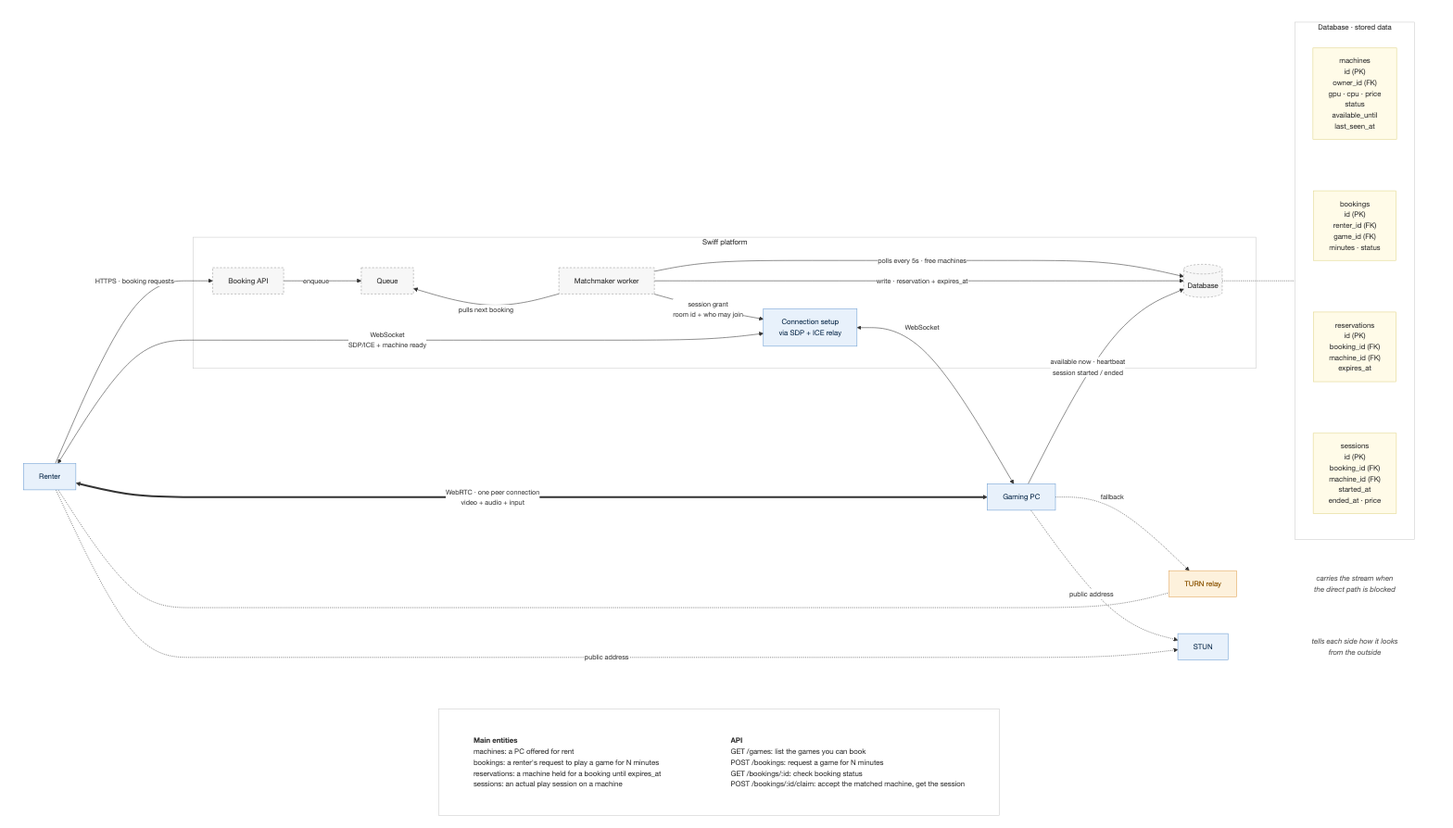
Before: docs/diagrams/system-architecture.png, a diagram exported from Mermaid (tomnotthomas/distributed_gaming). Its source is kept beside it as docs/diagrams/system-architecture.mmd.
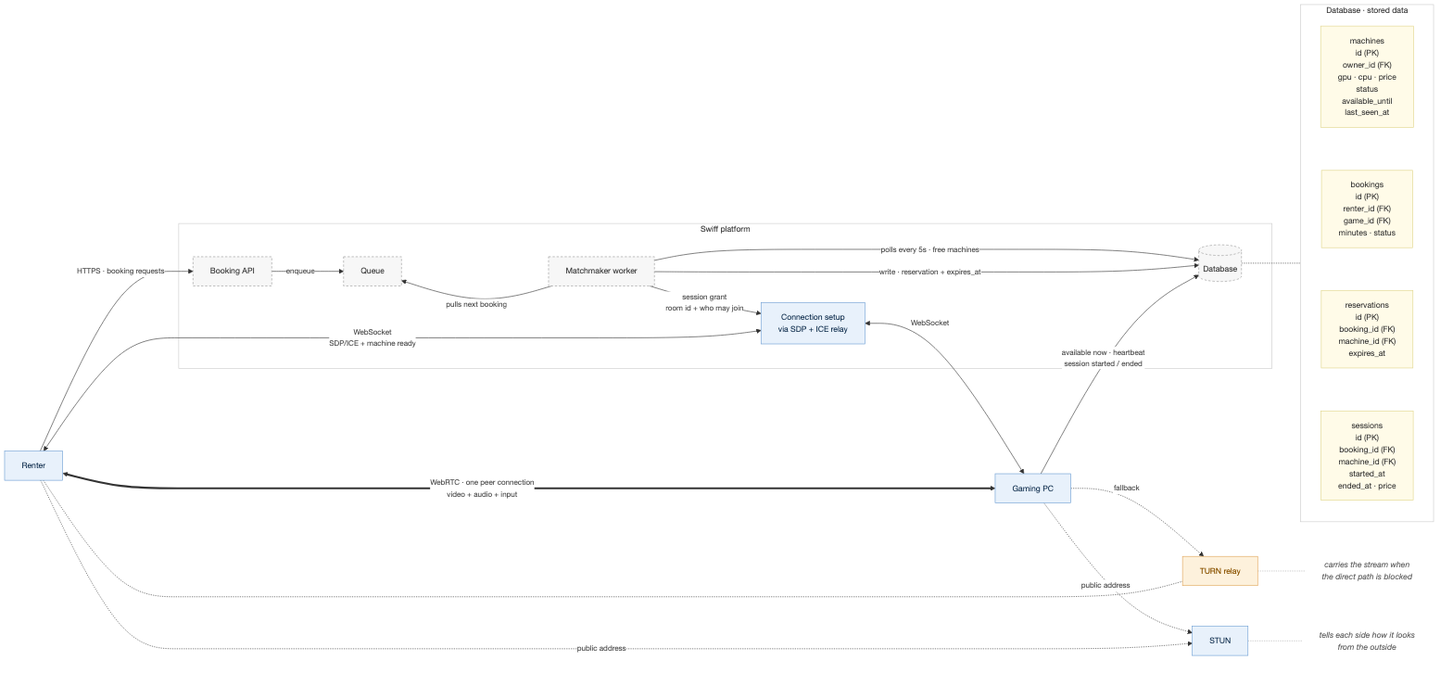
After the change.

Commit message:
docs: add system design doc; drop API panel from diagram, tie TURN/STUN notes to their boxes

What changed in the source:
```diff
@@ -4,7 +4,6 @@
   flowchart:
     curve: basis
     htmlLabels: true
-    wrappingWidth: 600
   themeVariables:
     fontFamily: "Helvetica Neue, Helvetica, Arial, sans-serif"
     fontSize: 14px
@@ -17,61 +16,50 @@
     .edgeLabel rect { fill: #fff !important; opacity: 1 !important; }
     svg, text, span, p, div { font-family: "Helvetica Neue", Helvetica, Arial, sans-serif !important; }
 ---
-flowchart TB
-  subgraph Arch[" "]
-    direction LR
-    Renter["Renter"]
-    PC["Gaming PC"]
-    TURN["TURN relay"]
-    STUN["STUN"]
-    TURNnote["carries the stream when<br/>the direct path is blocked"]
-    STUNnote["tells each side how it looks<br/>from the outside"]
-    TURN ~~~ TURNnote
-    STUN ~~~ STUNnote
+flowchart LR
+  Renter["Renter"]
+  PC["Gaming PC"]
+  TURN["TURN relay"]
+  STUN["STUN"]
+  TURNnote["carries the stream when<br/>the direct path is blocked"]
+  STUNnote["tells each side how it looks<br/>from the outside"]
+  TURN -.- TURNnote
+  STUN -.- STUNnote
 
-    subgraph Platform["Swiff platform"]
-      API["Booking API"]
-      Q["Queue"]
-      MM["Matchmaker worker"]
-      DB[("Database")]
-      SIG["Connection setup<br/>via SDP + ICE relay"]
-    end
+  subgraph Platform["Swiff platform"]
+    API["Booking API"]
+    Q["Queue"]
+    MM["Matchmaker worker"]
+    DB[("Database")]
+    SIG["Connection setup<br/>via SDP + ICE relay"]
+  end
 
-    subgraph Data["Database · stored data"]
-      direction TB
-      T1["machines<br/>id (PK)<br/>owner_id (FK)<br/>gpu · cpu · price<br/>status<br/>available_until<br/>last_seen_at"]
-      T2["bookings<br/>id (PK)<br/>renter_id (FK)<br/>game_id (FK)<br/>minutes · status"]
-      T3["reservations<br/>id (PK)<br/>booking_id (FK)<br/>machine_id (FK)<br/>expires_at"]
-      T4["sessions<br/>id (PK)<br/>booking_id (FK)<br/>machine_id (FK)<br/>started_at<br/>ended_at · price"]
-      T1 ~~~ T2 ~~~ T3 ~~~ T4
-    end
+  subgraph Data["Database · stored data"]
+    direction TB
+    T1["machines<br/>id (PK)<br/>owner_id (FK)<br/>gpu · cpu · price<br/>status<br/>available_until<br/>last_seen_at"]
+    T2["bookings<br/>id (PK)<br/>renter_id (FK)<br/>game_id (FK)<br/>minutes · status"]
+    T3["reservations<br/>id (PK)<br/>booking_id (FK)<br/>machine_id (FK)<br/>expires_at"]
+    T4["sessions<br/>id (PK)<br/>booking_id (FK)<br/>machine_id (FK)<br/>started_at<br/>ended_at · price"]
+    T1 ~~~ T2 ~~~ T3 ~~~ T4
+  end
 
 
-    Renter -- "HTTPS · booking requests" --> API
-    API -- "enqueue" --> Q
-    Q ~~~ MM
-    MM -- "pulls next booking" --> Q
-    MM -- "polls every 5s · free machines" --> DB
-    MM -- "write · reservation + expires_at" --> DB
-    MM -- "session grant<br/>room id + who may join" --> SIG
-    Renter <-- "WebSocket<br/>SDP/ICE + machine ready" --> SIG
-    SIG <-- "WebSocket" --> PC
-    PC -- "available now · heartbeat<br/>session started / ended" --> DB
-    Renter <== "WebRTC · one peer connection<br/>video + audio + input" ==> PC
-    PC -. "fallback" .-> TURN
-    Renter <-.- TURN
-    PC -. "public address" .-> STUN
-    Renter -. "public address" .-> STUN
-    DB -.- Data
-  end
-
-  subgraph Info[" "]
-    direction LR
-    ENT["<b>Main entities</b><br/>machines: a PC offered for rent<br/>bookings: a renter's request to play a game for N minutes<br/>reservations: a machine held for a booking until expires_at<br/>sessions: an actual play session on a machine"]
-    APIS["<b>API</b><br/>GET /games: list the games you can book<br/>POST /bookings: request a game for N minutes<br/>GET /bookings/:id: check booking status<br/>POST /bookings/:id/claim: accept the matched machine, get the session"]
-    ENT ~~~ APIS
-  end
-  Arch ~~~ Info
+  Renter -- "HTTPS · booking requests" --> API
+  API -- "enqueue" --> Q
+  Q ~~~ MM
+  MM -- "pulls next booking" --> Q
+  MM -- "polls every 5s · free machines" --> DB
+  MM -- "write · reservation + expires_at" --> DB
+  MM -- "session grant<br/>room id + who may join" --> SIG
+  Renter <-- "WebSocket<br/>SDP/ICE + machine ready" --> SIG
+  SIG <-- "WebSocket" --> PC
+  PC -- "available now · heartbeat<br/>session started / ended" --> DB
+  Renter <== "WebRTC · one peer connection<br/>video + audio + input" ==> PC
+  PC -. "fallback" .-> TURN
+  Renter <-.- TURN
+  PC -. "public address" .-> STUN
+  Renter -. "public address" .-> STUN
+  DB -.- Data
 
   classDef platform fill:#f7f7f7,stroke:#999,stroke-dasharray:4 3,color:#444
   classDef endpoint fill:#e8f1fb,stroke:#6d9ed3,color:#0b2a4a
@@ -83,9 +71,6 @@
   class TURN turn
   class T1,T2,T3,T4 table
   class TURNnote,STUNnote note
-  classDef info fill:none,stroke:none,color:#333,text-align:left,font-size:14px
-  class ENT,APIS info
-  style Info fill:#ffffff,stroke:#ccc,color:#444
   style Platform fill:#ffffff,stroke:#ccc,color:#444
   style Data fill:#ffffff,stroke:#ccc,color:#444
-  style Arch fill:none,stroke:none
+  linkStyle 0,1 stroke:#aaa,stroke-width:1px
```
